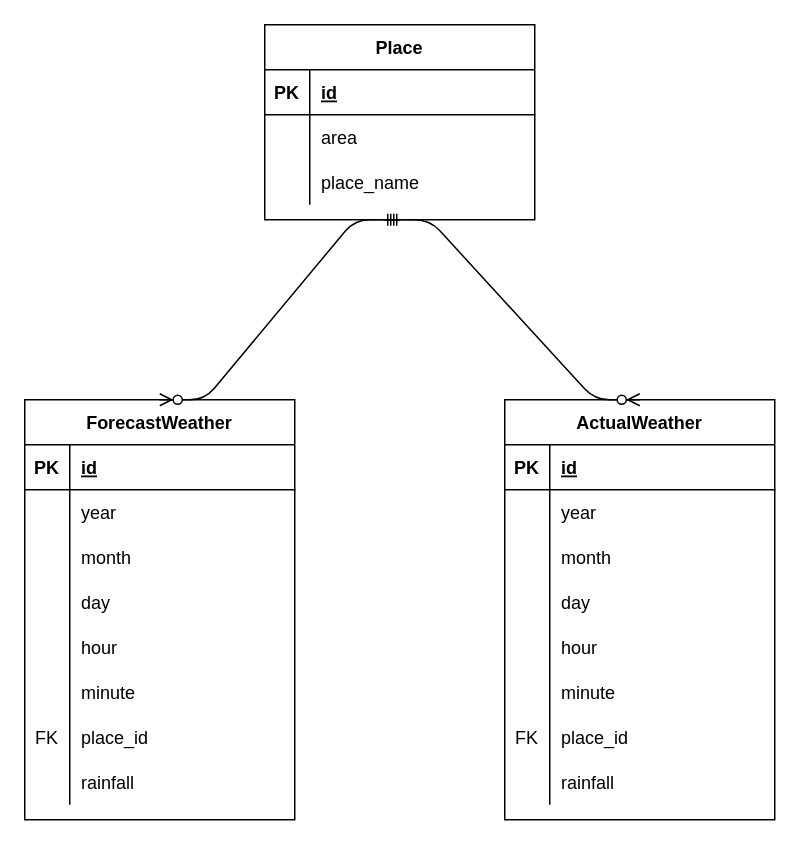
Earlier version of the draw.io diagram resource/er/er.drawio (TomoyaHirano/WeatherAPI). Source tidied: cells renumbered, new cells numbered last; positions are measured from the earlier drawing's top-left corner, leaving out a move shared by most shapes. Both pictures are drawn from the tidied source at 150%, with x=0, y=0 at pixel (24, 24).
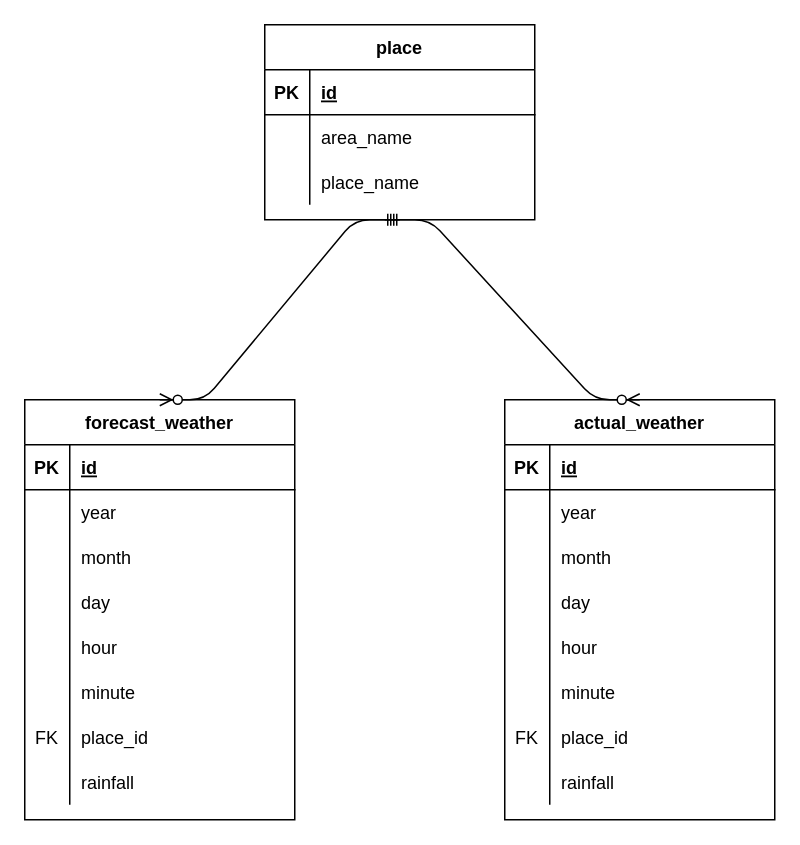
Above is the later version.

The change refers to these unchanged cells:
```xml
<mxCell id="6" style="shape=partialRectangle;fillColor=none;top=0;left=0;bottom=0;right=0;" parent="2" vertex="1">
  <mxGeometry y="60" width="180" height="30" as="geometry" />
</mxCell>
```

What changed in the source:
```diff
@@
-    <mxCell id="2" value="Place" style="shape=table;startSize=30;childLayout=tableLayout;rowLines=0;fontStyle=1;align=center;" parent="1" vertex="1">
+    <mxCell id="2" value="place" style="shape=table;startSize=30;childLayout=tableLayout;rowLines=0;fontStyle=1;align=center;" parent="1" vertex="1">
       <mxGeometry x="160" width="180" height="130" as="geometry" />
     </mxCell>
@@
-    <mxCell id="8" value="area" style="shape=partialRectangle;fillColor=none;top=0;left=0;bottom=0;right=0;align=left;spacingLeft=6;overflow=hidden;" parent="6" vertex="1">
+    <mxCell id="8" value="area_name" style="shape=partialRectangle;fillColor=none;top=0;left=0;bottom=0;right=0;align=left;spacingLeft=6;overflow=hidden;" parent="6" vertex="1">
       <mxGeometry x="30" width="150" height="30" as="geometry" />
     </mxCell>
@@
-    <mxCell id="12" value="ForecastWeather" style="shape=table;startSize=30;childLayout=tableLayout;rowLines=0;fontStyle=1;align=center;" parent="1" vertex="1">
+    <mxCell id="12" value="forecast_weather" style="shape=table;startSize=30;childLayout=tableLayout;rowLines=0;fontStyle=1;align=center;" parent="1" vertex="1">
       <mxGeometry y="250" width="180" height="280" as="geometry" />
     </mxCell>
@@
-    <mxCell id="37" value="ActualWeather" style="shape=table;startSize=30;childLayout=tableLayout;rowLines=0;fontStyle=1;align=center;" parent="1" vertex="1">
+    <mxCell id="37" value="actual_weather" style="shape=table;startSize=30;childLayout=tableLayout;rowLines=0;fontStyle=1;align=center;" parent="1" vertex="1">
       <mxGeometry x="320" y="250" width="180" height="280" as="geometry" />
     </mxCell>
```
